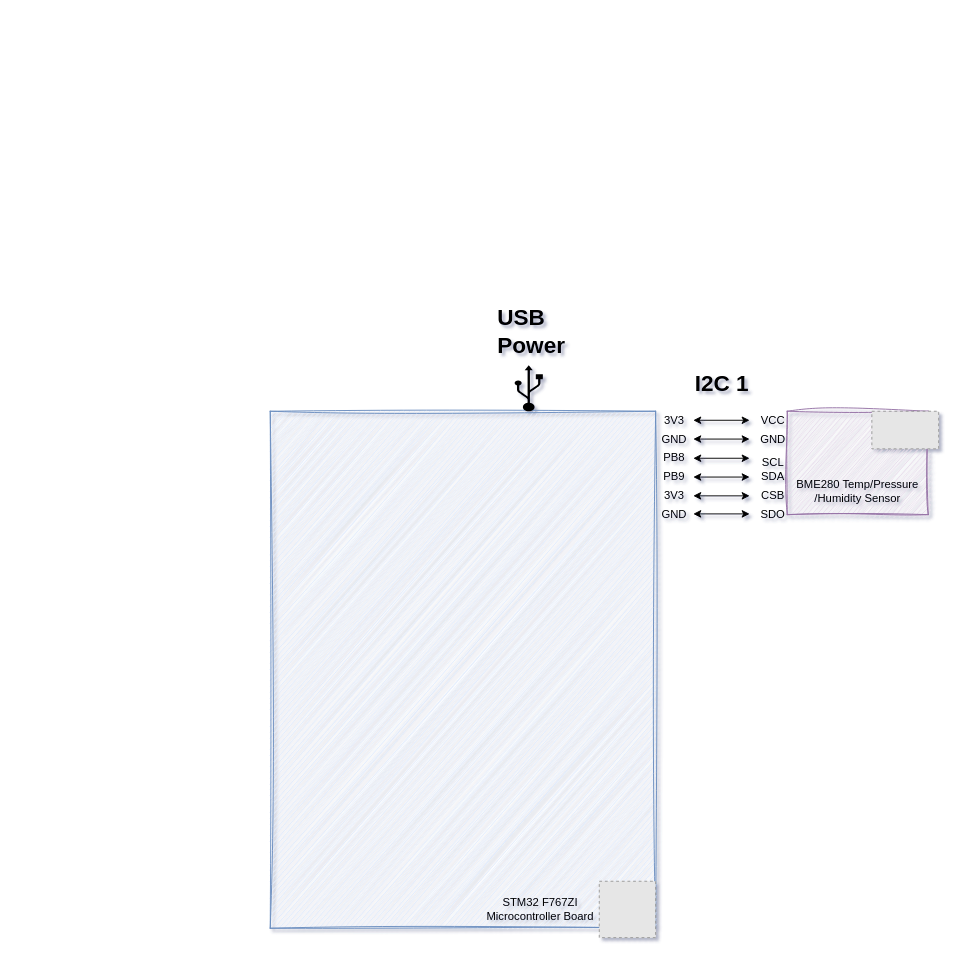
Earlier version of the draw.io diagram page "Block Diagram" (1 of 3) of tinyml_home_weather_forecasting.drawio (rishi-latchmepersad/TinyML-Home-Weather-Forecasting). Source tidied: cells renumbered, new cells numbered last; positions are measured from the earlier drawing's top-left corner, leaving out a move shared by most shapes. Both pictures are drawn from the tidied source at 94%, with x=0, y=0 at pixel (270, 298). Pictures stored in the file or linked from it are replaced by grey dashed boxes.
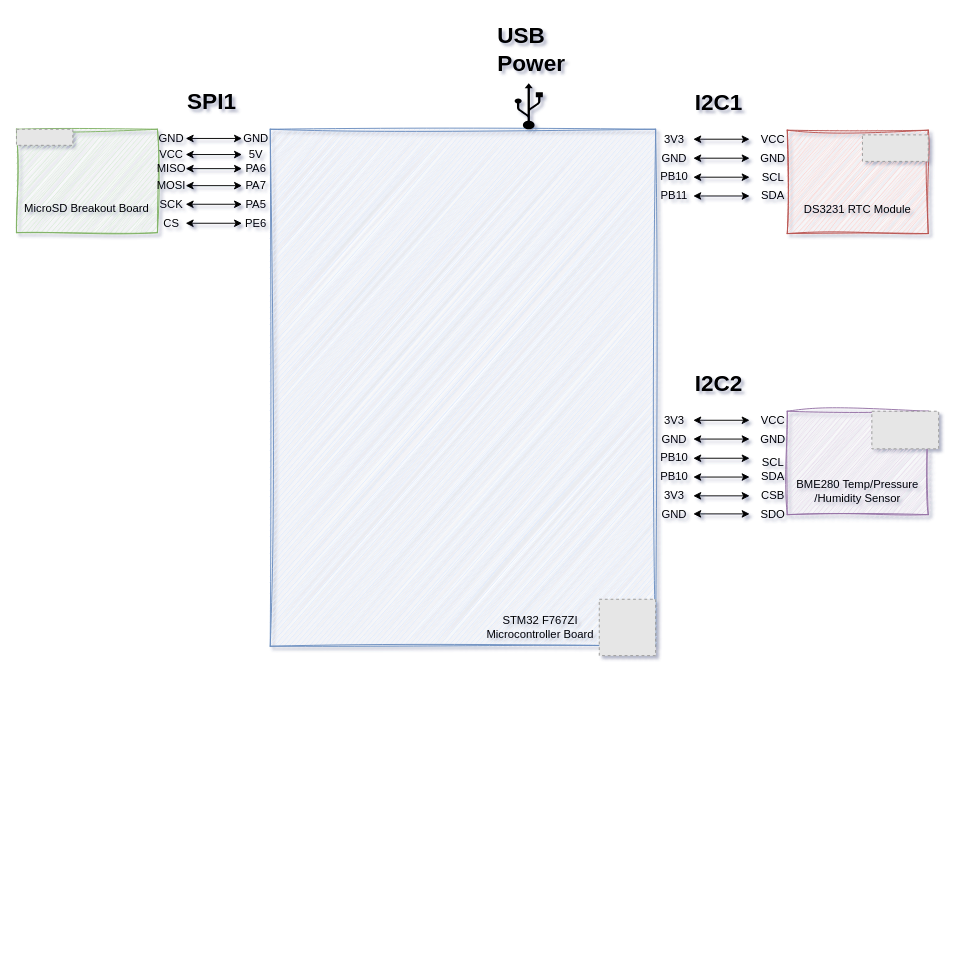
The same page after the edit.

Change to the diagram source:
```diff
@@
     <mxCell id="3" style="rounded=0;whiteSpace=wrap;html=1;fillColor=#dae8fc;strokeColor=#6c8ebf;perimeterSpacing=1;glass=0;sketch=1;curveFitting=1;jiggle=2;" parent="1" vertex="1">
-      <mxGeometry y="120" width="410" height="550" as="geometry" />
+      <mxGeometry y="-180" width="410" height="550" as="geometry" />
     </mxCell>
     <mxCell id="4" value="STM32 F767ZI Microcontroller Board" style="text;html=1;align=center;verticalAlign=middle;whiteSpace=wrap;rounded=0;fillColor=none;" parent="1" vertex="1">
-      <mxGeometry x="225" y="635" width="125" height="30" as="geometry" />
+      <mxGeometry x="225" y="335" width="125" height="30" as="geometry" />
     </mxCell>
@@
-    <mxCell id="8" value="PB8" style="text;html=1;align=center;verticalAlign=middle;whiteSpace=wrap;rounded=0;" parent="1" vertex="1">
+    <mxCell id="8" value="PB10" style="text;html=1;align=center;verticalAlign=middle;whiteSpace=wrap;rounded=0;" parent="1" vertex="1">
       <mxGeometry x="410" y="164" width="40" height="10" as="geometry" />
     </mxCell>
@@
-    <mxCell id="11" value="PB9" style="text;html=1;align=center;verticalAlign=middle;whiteSpace=wrap;rounded=0;" parent="1" vertex="1">
+    <mxCell id="11" value="PB10" style="text;html=1;align=center;verticalAlign=middle;whiteSpace=wrap;rounded=0;" parent="1" vertex="1">
       <mxGeometry x="410" y="185" width="40" height="10" as="geometry" />
     </mxCell>
-    <mxCell id="12" value="&lt;h1 style=&quot;margin-top: 0px;&quot;&gt;I2C 1&lt;/h1&gt;" style="text;html=1;whiteSpace=wrap;overflow=hidden;rounded=0;" parent="1" vertex="1">
+    <mxCell id="12" value="&lt;h1 style=&quot;margin-top: 0px;&quot;&gt;I2C2&lt;/h1&gt;" style="text;html=1;whiteSpace=wrap;overflow=hidden;rounded=0;" parent="1" vertex="1">
       <mxGeometry x="450" y="70" width="70" height="40" as="geometry" />
     </mxCell>
     <mxCell id="13" style="shape=mxgraph.signs.tech.usb;html=1;fillColor=#000000;strokeColor=none;verticalLabelPosition=bottom;verticalAlign=top;align=center;" parent="1" vertex="1">
-      <mxGeometry x="260" y="71" width="30" height="49" as="geometry" />
+      <mxGeometry x="260" y="-229" width="30" height="49" as="geometry" />
     </mxCell>
     <mxCell id="14" value="&lt;h1 style=&quot;margin-top: 0px;&quot;&gt;USB Power&lt;/h1&gt;" style="text;html=1;whiteSpace=wrap;overflow=hidden;rounded=0;" parent="1" vertex="1">
-      <mxGeometry x="240" width="80" height="60" as="geometry" />
+      <mxGeometry x="240" y="-300" width="80" height="60" as="geometry" />
     </mxCell>
@@
     <mxCell id="27" style="fillColor=#E6E6E6;strokeColor=#999999;dashed=1;verticalLabelPosition=bottom;labelBackgroundColor=default;verticalAlign=top;" parent="1" vertex="1">
-      <mxGeometry x="350" y="620" width="60" height="60" as="geometry" />
+      <mxGeometry x="350" y="320" width="60" height="60" as="geometry" />
     </mxCell>
@@
+    <mxCell id="29" style="rounded=0;whiteSpace=wrap;html=1;fillColor=#d5e8d4;strokeColor=#82b366;sketch=1;curveFitting=1;jiggle=2;" parent="1" vertex="1">
+      <mxGeometry x="-270" y="-180" width="150" height="110" as="geometry" />
+    </mxCell>
+    <mxCell id="30" value="MicroSD Breakout Board" style="text;html=1;align=center;verticalAlign=middle;whiteSpace=wrap;rounded=0;fillColor=none;" parent="1" vertex="1">
+      <mxGeometry x="-270" y="-120" width="150" height="50" as="geometry" />
+    </mxCell>
+    <mxCell id="31" value="MISO" style="text;html=1;align=center;verticalAlign=middle;whiteSpace=wrap;rounded=0;" parent="1" vertex="1">
+      <mxGeometry x="-120" y="-142.9" width="30" height="10" as="geometry" />
+    </mxCell>
+    <mxCell id="32" value="MOSI" style="text;html=1;align=center;verticalAlign=middle;whiteSpace=wrap;rounded=0;" parent="1" vertex="1">
+      <mxGeometry x="-120" y="-130" width="30" height="20" as="geometry" />
+    </mxCell>
+    <mxCell id="33" value="CS" style="text;html=1;align=center;verticalAlign=middle;whiteSpace=wrap;rounded=0;" parent="1" vertex="1">
+      <mxGeometry x="-120" y="-90" width="30" height="20" as="geometry" />
+    </mxCell>
+    <mxCell id="34" value="SCK" style="text;html=1;align=center;verticalAlign=middle;whiteSpace=wrap;rounded=0;" parent="1" vertex="1">
+      <mxGeometry x="-120" y="-110" width="30" height="20" as="geometry" />
+    </mxCell>
+    <mxCell id="35" value="GND" style="text;html=1;align=center;verticalAlign=middle;whiteSpace=wrap;rounded=0;" parent="1" vertex="1">
+      <mxGeometry x="-120" y="-180" width="30" height="20" as="geometry" />
+    </mxCell>
+    <mxCell id="36" value="VCC" style="text;html=1;align=center;verticalAlign=middle;whiteSpace=wrap;rounded=0;" parent="1" vertex="1">
+      <mxGeometry x="-120" y="-162.9" width="30" height="20" as="geometry" />
+    </mxCell>
+    <mxCell id="37" value="&lt;h1 style=&quot;margin-top: 0px;&quot;&gt;SPI1&lt;/h1&gt;" style="text;html=1;whiteSpace=wrap;overflow=hidden;rounded=0;" parent="1" vertex="1">
+      <mxGeometry x="-90" y="-230" width="70" height="40" as="geometry" />
+    </mxCell>
+    <mxCell id="38" style="fillColor=#E6E6E6;strokeColor=#999999;dashed=1;verticalLabelPosition=bottom;labelBackgroundColor=default;verticalAlign=top;" parent="1" vertex="1">
+      <mxGeometry x="-270" y="-180" width="60" height="17.1" as="geometry" />
+    </mxCell>
+    <mxCell id="39" value="PA6" style="text;html=1;align=center;verticalAlign=middle;whiteSpace=wrap;rounded=0;" parent="1" vertex="1">
+      <mxGeometry x="-30" y="-142.9" width="30" height="10" as="geometry" />
+    </mxCell>
+    <mxCell id="40" value="PA7" style="text;html=1;align=center;verticalAlign=middle;whiteSpace=wrap;rounded=0;" parent="1" vertex="1">
+      <mxGeometry x="-30" y="-130" width="30" height="20" as="geometry" />
+    </mxCell>
+    <mxCell id="41" value="PE6" style="text;html=1;align=center;verticalAlign=middle;whiteSpace=wrap;rounded=0;" parent="1" vertex="1">
+      <mxGeometry x="-30" y="-90" width="30" height="20" as="geometry" />
+    </mxCell>
+    <mxCell id="42" value="PA5" style="text;html=1;align=center;verticalAlign=middle;whiteSpace=wrap;rounded=0;" parent="1" vertex="1">
+      <mxGeometry x="-30" y="-110" width="30" height="20" as="geometry" />
+    </mxCell>
+    <mxCell id="43" value="GND" style="text;html=1;align=center;verticalAlign=middle;whiteSpace=wrap;rounded=0;" parent="1" vertex="1">
+      <mxGeometry x="-30" y="-180" width="30" height="20" as="geometry" />
+    </mxCell>
+    <mxCell id="44" value="5V" style="text;html=1;align=center;verticalAlign=middle;whiteSpace=wrap;rounded=0;" parent="1" vertex="1">
+      <mxGeometry x="-30" y="-162.9" width="30" height="20" as="geometry" />
+    </mxCell>
+    <mxCell id="45" style="endArrow=classic;startArrow=classic;html=1;rounded=0;" parent="1" edge="1">
+      <mxGeometry relative="1" as="geometry">
+        <mxPoint x="-90" y="-170.2" as="sourcePoint" />
+        <mxPoint x="-30" y="-170.2" as="targetPoint" />
+      </mxGeometry>
+    </mxCell>
+    <mxCell id="46" style="endArrow=classic;startArrow=classic;html=1;rounded=0;" parent="1" edge="1">
+      <mxGeometry relative="1" as="geometry">
+        <mxPoint x="-90" y="-153.1" as="sourcePoint" />
+        <mxPoint x="-30" y="-153.1" as="targetPoint" />
+      </mxGeometry>
+    </mxCell>
+    <mxCell id="47" style="endArrow=classic;startArrow=classic;html=1;rounded=0;" parent="1" edge="1">
+      <mxGeometry relative="1" as="geometry">
+        <mxPoint x="-90" y="-138.1" as="sourcePoint" />
+        <mxPoint x="-30" y="-138.1" as="targetPoint" />
+      </mxGeometry>
+    </mxCell>
+    <mxCell id="48" style="endArrow=classic;startArrow=classic;html=1;rounded=0;" parent="1" edge="1">
+      <mxGeometry relative="1" as="geometry">
+        <mxPoint x="-90" y="-120" as="sourcePoint" />
+        <mxPoint x="-30" y="-120" as="targetPoint" />
+      </mxGeometry>
+    </mxCell>
+    <mxCell id="49" style="endArrow=classic;startArrow=classic;html=1;rounded=0;" parent="1" edge="1">
+      <mxGeometry relative="1" as="geometry">
+        <mxPoint x="-90" y="-100.2" as="sourcePoint" />
+        <mxPoint x="-30" y="-100.2" as="targetPoint" />
+      </mxGeometry>
+    </mxCell>
+    <mxCell id="50" style="endArrow=classic;startArrow=classic;html=1;rounded=0;" parent="1" edge="1">
+      <mxGeometry relative="1" as="geometry">
+        <mxPoint x="-90" y="-80" as="sourcePoint" />
+        <mxPoint x="-30" y="-80" as="targetPoint" />
+      </mxGeometry>
+    </mxCell>
+    <mxCell id="51" style="rounded=0;whiteSpace=wrap;html=1;fillColor=#f8cecc;strokeColor=#b85450;sketch=1;curveFitting=1;jiggle=2;" parent="1" vertex="1">
+      <mxGeometry x="550" y="-179" width="150" height="110" as="geometry" />
+    </mxCell>
+    <mxCell id="52" value="DS3231 RTC Module" style="text;html=1;align=center;verticalAlign=middle;whiteSpace=wrap;rounded=0;fillColor=none;" parent="1" vertex="1">
+      <mxGeometry x="550" y="-119" width="150" height="50" as="geometry" />
+    </mxCell>
+    <mxCell id="53" style="endArrow=classic;startArrow=classic;html=1;rounded=0;" parent="1" edge="1">
+      <mxGeometry relative="1" as="geometry">
+        <mxPoint x="450" y="-129" as="sourcePoint" />
+        <mxPoint x="510" y="-129" as="targetPoint" />
+      </mxGeometry>
+    </mxCell>
+    <mxCell id="54" value="SCL" style="text;html=1;align=center;verticalAlign=middle;whiteSpace=wrap;rounded=0;" parent="1" vertex="1">
+      <mxGeometry x="520" y="-132.9" width="30" height="10" as="geometry" />
+    </mxCell>
+    <mxCell id="55" value="PB10" style="text;html=1;align=center;verticalAlign=middle;whiteSpace=wrap;rounded=0;" parent="1" vertex="1">
+      <mxGeometry x="410" y="-135" width="40" height="10" as="geometry" />
+    </mxCell>
+    <mxCell id="56" style="endArrow=classic;startArrow=classic;html=1;rounded=0;" parent="1" edge="1">
+      <mxGeometry relative="1" as="geometry">
+        <mxPoint x="450" y="-109" as="sourcePoint" />
+        <mxPoint x="510" y="-109" as="targetPoint" />
+      </mxGeometry>
+    </mxCell>
+    <mxCell id="57" value="SDA" style="text;html=1;align=center;verticalAlign=middle;whiteSpace=wrap;rounded=0;" parent="1" vertex="1">
+      <mxGeometry x="520" y="-119" width="30" height="20" as="geometry" />
+    </mxCell>
+    <mxCell id="58" value="PB11" style="text;html=1;align=center;verticalAlign=middle;whiteSpace=wrap;rounded=0;" parent="1" vertex="1">
+      <mxGeometry x="410" y="-114" width="40" height="10" as="geometry" />
+    </mxCell>
+    <mxCell id="59" value="&lt;h1 style=&quot;margin-top: 0px;&quot;&gt;I2C1&lt;/h1&gt;" style="text;html=1;whiteSpace=wrap;overflow=hidden;rounded=0;" parent="1" vertex="1">
+      <mxGeometry x="450" y="-229" width="70" height="40" as="geometry" />
+    </mxCell>
+    <mxCell id="60" value="GND" style="text;html=1;align=center;verticalAlign=middle;whiteSpace=wrap;rounded=0;" parent="1" vertex="1">
+      <mxGeometry x="520" y="-159" width="30" height="20" as="geometry" />
+    </mxCell>
+    <mxCell id="61" value="VCC" style="text;html=1;align=center;verticalAlign=middle;whiteSpace=wrap;rounded=0;" parent="1" vertex="1">
+      <mxGeometry x="520" y="-179" width="30" height="20" as="geometry" />
+    </mxCell>
+    <mxCell id="62" style="endArrow=classic;startArrow=classic;html=1;rounded=0;" parent="1" edge="1">
+      <mxGeometry relative="1" as="geometry">
+        <mxPoint x="450" y="-169.4" as="sourcePoint" />
+        <mxPoint x="510" y="-169.4" as="targetPoint" />
+      </mxGeometry>
+    </mxCell>
+    <mxCell id="63" value="GND" style="text;html=1;align=center;verticalAlign=middle;whiteSpace=wrap;rounded=0;" parent="1" vertex="1">
+      <mxGeometry x="410" y="-154" width="40" height="10" as="geometry" />
+    </mxCell>
+    <mxCell id="64" value="3V3" style="text;html=1;align=center;verticalAlign=middle;whiteSpace=wrap;rounded=0;" parent="1" vertex="1">
+      <mxGeometry x="410" y="-174" width="40" height="10" as="geometry" />
+    </mxCell>
+    <mxCell id="65" style="fillColor=#E6E6E6;strokeColor=#999999;dashed=1;verticalLabelPosition=bottom;labelBackgroundColor=default;verticalAlign=top;" parent="1" vertex="1">
+      <mxGeometry x="630" y="-174" width="70" height="28.2" as="geometry" />
+    </mxCell>
+    <mxCell id="66" style="endArrow=classic;startArrow=classic;html=1;rounded=0;" parent="1" edge="1">
+      <mxGeometry relative="1" as="geometry">
+        <mxPoint x="450" y="-149.2" as="sourcePoint" />
+        <mxPoint x="510" y="-149.2" as="targetPoint" />
+      </mxGeometry>
+    </mxCell>
```
